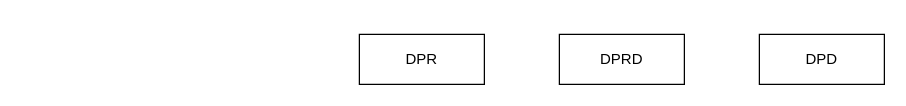
Earlier version of the draw.io diagram TI1_basis_data.drawio (thirza258/draw.io). Source tidied: cells renumbered, new cells numbered last; positions are measured from the earlier drawing's top-left corner, leaving out a move shared by most shapes. Both pictures are drawn from the tidied source at 125%, with x=0, y=0 at pixel (359, 34).
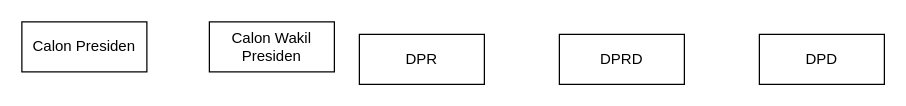
The same page after the edit.

What changed in the source:
```diff
@@
 <mxGraphModel>
   <root>
     <mxCell id="0" />
     <mxCell id="1" parent="0" />
     <mxCell id="2" value="DPR" style="whiteSpace=wrap;html=1;align=center;" parent="1" vertex="1">
       <mxGeometry width="100" height="40" as="geometry" />
     </mxCell>
     <mxCell id="3" value="DPRD" style="whiteSpace=wrap;html=1;align=center;" parent="1" vertex="1">
       <mxGeometry x="160" width="100" height="40" as="geometry" />
     </mxCell>
     <mxCell id="4" value="DPD" style="whiteSpace=wrap;html=1;align=center;" parent="1" vertex="1">
       <mxGeometry x="320" width="100" height="40" as="geometry" />
     </mxCell>
+    <mxCell id="5" value="Calon Presiden" style="whiteSpace=wrap;html=1;align=center;" parent="1" vertex="1">
+      <mxGeometry x="-270" y="-10" width="100" height="40" as="geometry" />
+    </mxCell>
+    <mxCell id="6" value="Calon Wakil Presiden" style="whiteSpace=wrap;html=1;align=center;" parent="1" vertex="1">
+      <mxGeometry x="-120" y="-10" width="100" height="40" as="geometry" />
+    </mxCell>
   </root>
 </mxGraphModel>
```
